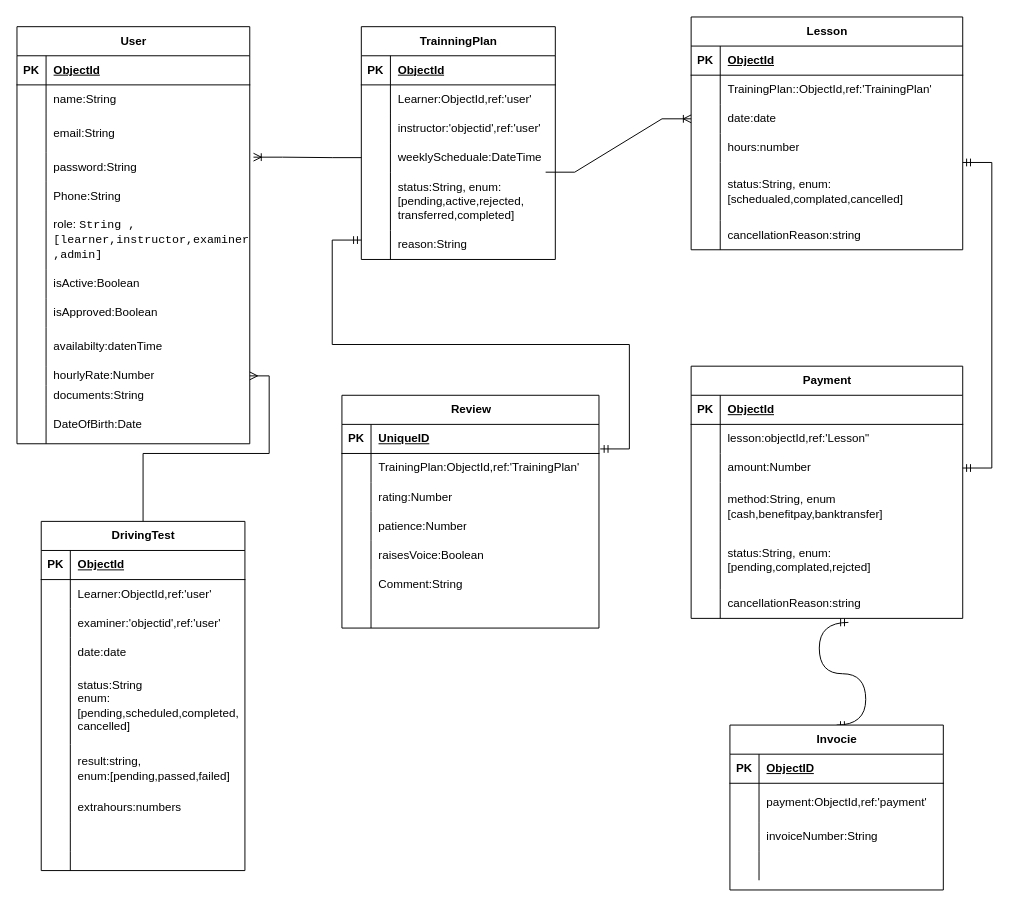
This is ERD/Darbi.drawio from Mohamed-ABannai/Darbi-Backend, a draw.io file, before an edit. Source tidied: cells renumbered, new cells numbered last; positions are measured from the earlier drawing's top-left corner, leaving out a move shared by most shapes. Both pictures are drawn from the tidied source at 97%, with x=0, y=0 at pixel (16, 16).
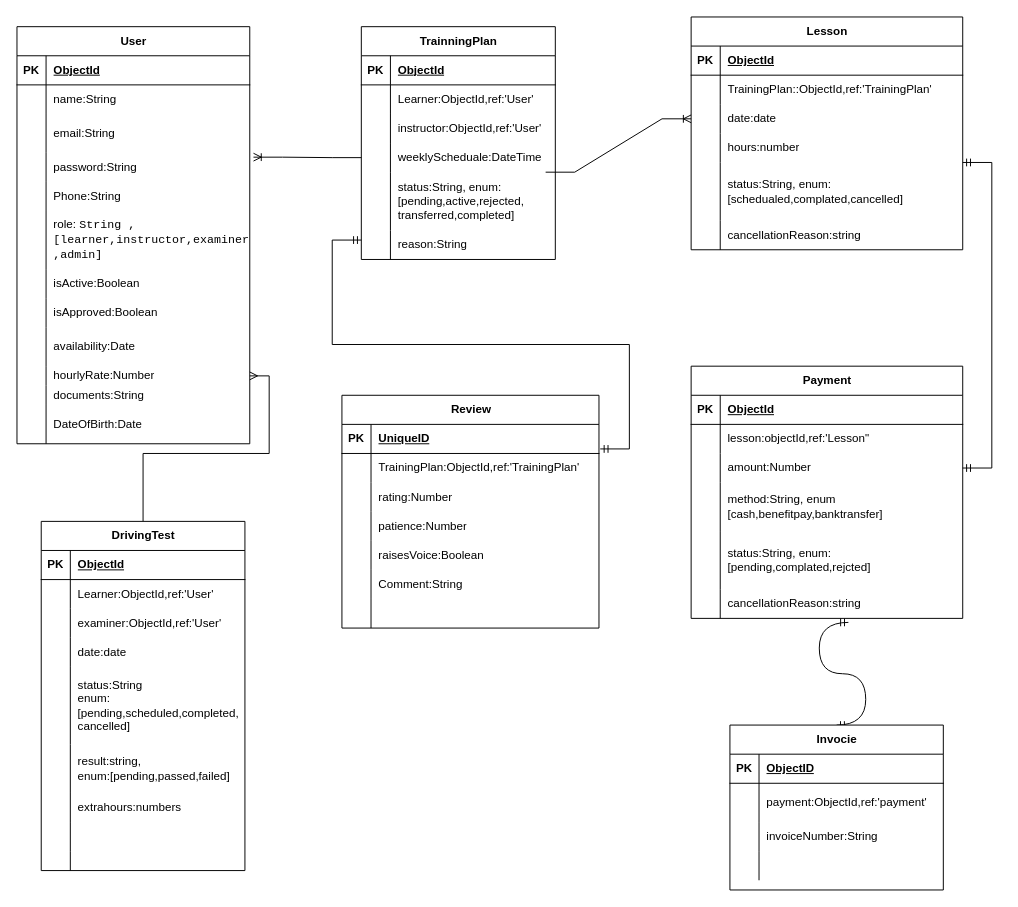
After the change.

Commit message (it also covers changes not shown here):
update User MOdel

Unchanged cells that the change refers to:
```xml
<mxCell id="27" style="shape=tableRow;horizontal=0;startSize=0;swimlaneHead=0;swimlaneBody=0;fillColor=none;top=0;left=0;right=0;bottom=0;" parent="2" vertex="1">
  <mxGeometry y="310" width="240" height="40" as="geometry" />
</mxCell>
<mxCell id="43" style="shape=tableRow;horizontal=0;startSize=0;swimlaneHead=0;swimlaneBody=0;fillColor=none;top=0;left=0;right=0;bottom=0;" parent="39" vertex="1">
  <mxGeometry y="60" width="200" height="30" as="geometry" />
</mxCell>
<mxCell id="46" style="shape=tableRow;horizontal=0;startSize=0;swimlaneHead=0;swimlaneBody=0;fillColor=none;top=0;left=0;right=0;bottom=0;" parent="39" vertex="1">
  <mxGeometry y="90" width="200" height="30" as="geometry" />
</mxCell>
<mxCell id="63" style="shape=tableRow;horizontal=0;startSize=0;swimlaneHead=0;swimlaneBody=0;fillColor=none;top=0;left=0;right=0;bottom=0;" parent="59" vertex="1">
  <mxGeometry y="60" width="210" height="30" as="geometry" />
</mxCell>
<mxCell id="66" style="shape=tableRow;horizontal=0;startSize=0;swimlaneHead=0;swimlaneBody=0;fillColor=none;top=0;left=0;right=0;bottom=0;" parent="59" vertex="1">
  <mxGeometry y="90" width="210" height="30" as="geometry" />
</mxCell>
```

Diff of the diagram source:
```diff
@@
-    <mxCell id="29" value="availabilty:datenTime" style="shape=partialRectangle;fillColor=none;top=0;left=0;bottom=0;right=0;align=left;spacingLeft=6;overflow=hidden;whiteSpace=wrap;html=1;" parent="27" vertex="1">
+    <mxCell id="29" value="availability:Date" style="shape=partialRectangle;fillColor=none;top=0;left=0;bottom=0;right=0;align=left;spacingLeft=6;overflow=hidden;whiteSpace=wrap;html=1;" parent="27" vertex="1">
       <mxGeometry x="30" width="210" height="40" as="geometry" />
     </mxCell>
@@
-    <mxCell id="45" value="Learner:ObjectId,ref:'user'" style="shape=partialRectangle;fillColor=none;top=0;left=0;bottom=0;right=0;align=left;spacingLeft=6;overflow=hidden;whiteSpace=wrap;html=1;" parent="43" vertex="1">
+    <mxCell id="45" value="Learner:ObjectId,ref:'User'" style="shape=partialRectangle;fillColor=none;top=0;left=0;bottom=0;right=0;align=left;spacingLeft=6;overflow=hidden;whiteSpace=wrap;html=1;" parent="43" vertex="1">
       <mxGeometry x="30" width="170" height="30" as="geometry" />
     </mxCell>
@@
-    <mxCell id="48" value="instructor:'objectid',ref:'user'" style="shape=partialRectangle;fillColor=none;top=0;left=0;bottom=0;right=0;align=left;spacingLeft=6;overflow=hidden;whiteSpace=wrap;html=1;" parent="46" vertex="1">
+    <mxCell id="48" value="instructor:ObjectId,ref:'User'" style="shape=partialRectangle;fillColor=none;top=0;left=0;bottom=0;right=0;align=left;spacingLeft=6;overflow=hidden;whiteSpace=wrap;html=1;" parent="46" vertex="1">
       <mxGeometry x="30" width="170" height="30" as="geometry" />
     </mxCell>
@@
-    <mxCell id="65" value="Learner:ObjectId,ref:'user'" style="shape=partialRectangle;fillColor=none;top=0;left=0;bottom=0;right=0;align=left;spacingLeft=6;overflow=hidden;whiteSpace=wrap;html=1;" parent="63" vertex="1">
+    <mxCell id="65" value="Learner:ObjectId,ref:'User'" style="shape=partialRectangle;fillColor=none;top=0;left=0;bottom=0;right=0;align=left;spacingLeft=6;overflow=hidden;whiteSpace=wrap;html=1;" parent="63" vertex="1">
       <mxGeometry x="30" width="180" height="30" as="geometry" />
     </mxCell>
@@
-    <mxCell id="68" value="examiner:'objectid',ref:'user'" style="shape=partialRectangle;fillColor=none;top=0;left=0;bottom=0;right=0;align=left;spacingLeft=6;overflow=hidden;whiteSpace=wrap;html=1;" parent="66" vertex="1">
+    <mxCell id="68" value="examiner:ObjectId,ref:'User'" style="shape=partialRectangle;fillColor=none;top=0;left=0;bottom=0;right=0;align=left;spacingLeft=6;overflow=hidden;whiteSpace=wrap;html=1;" parent="66" vertex="1">
       <mxGeometry x="30" width="180" height="30" as="geometry" />
     </mxCell>
```
